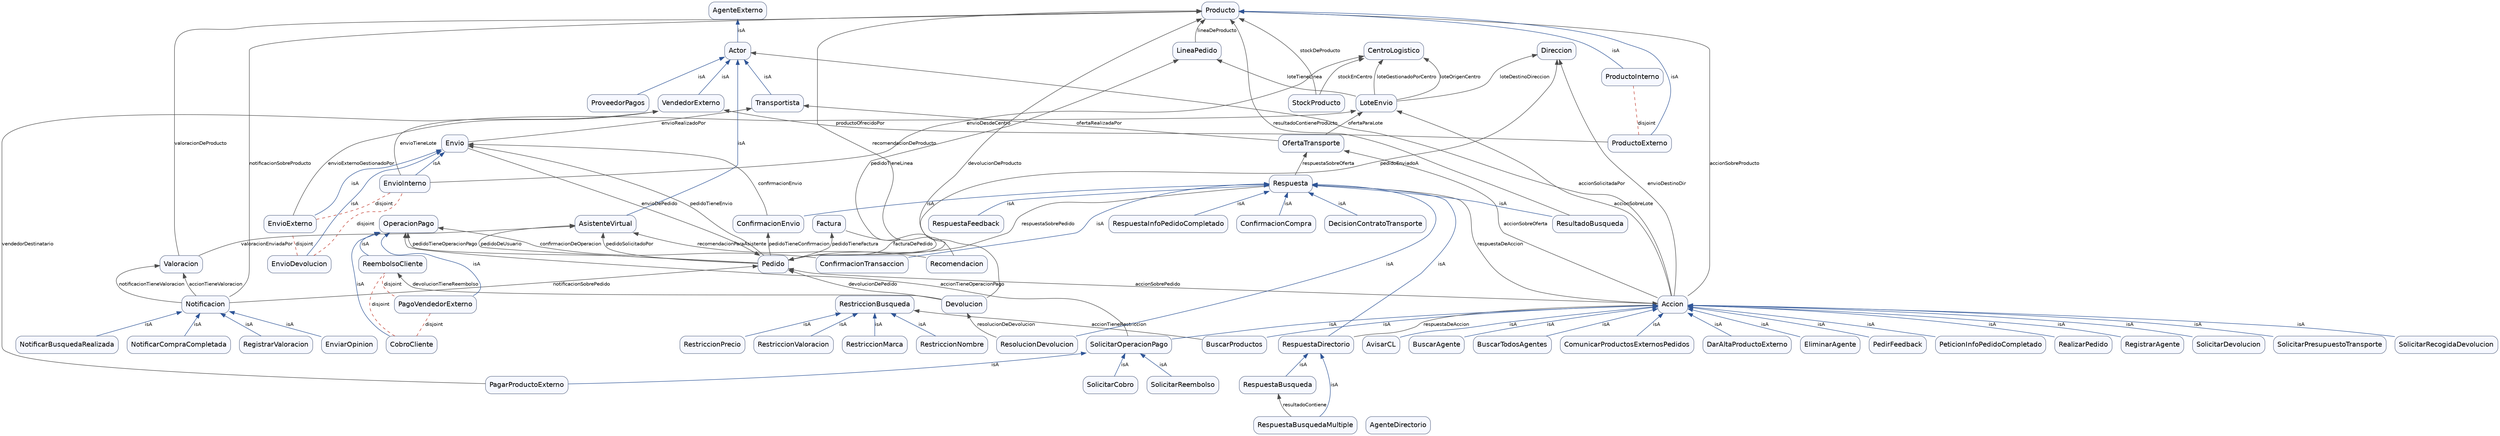
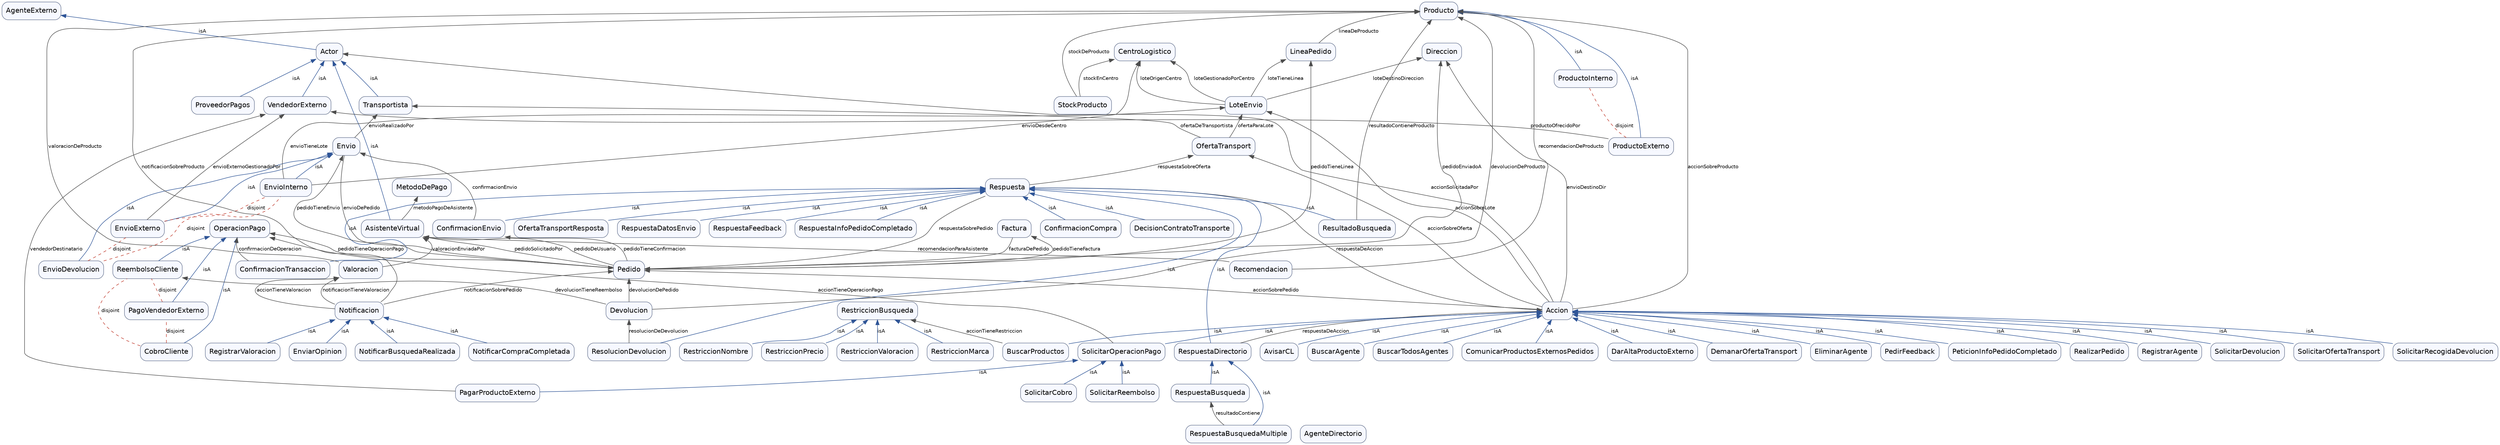
digraph ComercioElectronico {
    graph [rankdir=BT, overlap=false, splines=true];
    node [shape=box, style="rounded,filled", fillcolor="#f6f8ff", color="#6c7893", fontname="Helvetica"];
    edge [fontsize=10, fontname="Helvetica"];
    "Accion";
    "Actor";
    "AgenteDirectorio";
    "AgenteExterno";
    "AsistenteVirtual";
    "AvisarCL";
    "BuscarAgente";
    "BuscarProductos";
    "BuscarTodosAgentes";
    "CentroLogistico";
    "CobroCliente";
    "ComunicarProductosExternosPedidos";
    "ConfirmacionCompra";
    "ConfirmacionEnvio";
    "ConfirmacionTransaccion";
    "DarAltaProductoExterno";
    "DecisionContratoTransporte";
+     "DemanarOfertaTransport";
    "Devolucion";
    "Direccion";
    "EliminarAgente";
    "EnviarOpinion";
    "Envio";
    "EnvioDevolucion";
    "EnvioExterno";
    "EnvioInterno";
    "Factura";
    "LineaPedido";
    "LoteEnvio";
+     "MetodoDePago";
    "Notificacion";
    "NotificarBusquedaRealizada";
    "NotificarCompraCompletada";
-     "OfertaTransporte";
+     "OfertaTransport";
+     "OfertaTransportResposta";
    "OperacionPago";
    "PagarProductoExterno";
    "PagoVendedorExterno";
    "Pedido";
    "PedirFeedback";
    "PeticionInfoPedidoCompletado";
    "Producto";
    "ProductoExterno";
    "ProductoInterno";
    "ProveedorPagos";
    "RealizarPedido";
    "Recomendacion";
    "ReembolsoCliente";
    "RegistrarAgente";
    "RegistrarValoracion";
    "ResolucionDevolucion";
    "Respuesta";
    "RespuestaBusqueda";
    "RespuestaBusquedaMultiple";
+     "RespuestaDatosEnvio";
    "RespuestaDirectorio";
    "RespuestaFeedback";
    "RespuestaInfoPedidoCompletado";
    "RestriccionBusqueda";
    "RestriccionMarca";
    "RestriccionNombre";
    "RestriccionPrecio";
    "RestriccionValoracion";
    "ResultadoBusqueda";
    "SolicitarCobro";
    "SolicitarDevolucion";
+     "SolicitarOfertaTransport";
    "SolicitarOperacionPago";
-     "SolicitarPresupuestoTransporte";
    "SolicitarRecogidaDevolucion";
    "SolicitarReembolso";
    "StockProducto";
    "Transportista";
    "Valoracion";
    "VendedorExterno";
    "Actor" -> "AgenteExterno" [label="isA", color="#2f5597"];
    "AsistenteVirtual" -> "Actor" [label="isA", color="#2f5597"];
    "AvisarCL" -> "Accion" [label="isA", color="#2f5597"];
    "BuscarAgente" -> "Accion" [label="isA", color="#2f5597"];
    "BuscarProductos" -> "Accion" [label="isA", color="#2f5597"];
    "BuscarTodosAgentes" -> "Accion" [label="isA", color="#2f5597"];
    "CobroCliente" -> "OperacionPago" [label="isA", color="#2f5597"];
    "ComunicarProductosExternosPedidos" -> "Accion" [label="isA", color="#2f5597"];
    "ConfirmacionCompra" -> "Respuesta" [label="isA", color="#2f5597"];
    "ConfirmacionEnvio" -> "Respuesta" [label="isA", color="#2f5597"];
    "ConfirmacionTransaccion" -> "Respuesta" [label="isA", color="#2f5597"];
    "DarAltaProductoExterno" -> "Accion" [label="isA", color="#2f5597"];
    "DecisionContratoTransporte" -> "Respuesta" [label="isA", color="#2f5597"];
+     "DemanarOfertaTransport" -> "Accion" [label="isA", color="#2f5597"];
    "EliminarAgente" -> "Accion" [label="isA", color="#2f5597"];
    "EnviarOpinion" -> "Notificacion" [label="isA", color="#2f5597"];
    "EnvioDevolucion" -> "Envio" [label="isA", color="#2f5597"];
    "EnvioExterno" -> "Envio" [label="isA", color="#2f5597"];
    "EnvioInterno" -> "Envio" [label="isA", color="#2f5597"];
    "NotificarBusquedaRealizada" -> "Notificacion" [label="isA", color="#2f5597"];
    "NotificarCompraCompletada" -> "Notificacion" [label="isA", color="#2f5597"];
+     "OfertaTransportResposta" -> "Respuesta" [label="isA", color="#2f5597"];
    "PagarProductoExterno" -> "SolicitarOperacionPago" [label="isA", color="#2f5597"];
    "PagoVendedorExterno" -> "OperacionPago" [label="isA", color="#2f5597"];
    "PedirFeedback" -> "Accion" [label="isA", color="#2f5597"];
    "PeticionInfoPedidoCompletado" -> "Accion" [label="isA", color="#2f5597"];
    "ProductoExterno" -> "Producto" [label="isA", color="#2f5597"];
    "ProductoInterno" -> "Producto" [label="isA", color="#2f5597"];
    "ProveedorPagos" -> "Actor" [label="isA", color="#2f5597"];
    "RealizarPedido" -> "Accion" [label="isA", color="#2f5597"];
    "ReembolsoCliente" -> "OperacionPago" [label="isA", color="#2f5597"];
    "RegistrarAgente" -> "Accion" [label="isA", color="#2f5597"];
    "RegistrarValoracion" -> "Notificacion" [label="isA", color="#2f5597"];
    "ResolucionDevolucion" -> "Respuesta" [label="isA", color="#2f5597"];
    "RespuestaBusqueda" -> "RespuestaDirectorio" [label="isA", color="#2f5597"];
    "RespuestaBusquedaMultiple" -> "RespuestaDirectorio" [label="isA", color="#2f5597"];
+     "RespuestaDatosEnvio" -> "Respuesta" [label="isA", color="#2f5597"];
    "RespuestaDirectorio" -> "Respuesta" [label="isA", color="#2f5597"];
    "RespuestaFeedback" -> "Respuesta" [label="isA", color="#2f5597"];
    "RespuestaInfoPedidoCompletado" -> "Respuesta" [label="isA", color="#2f5597"];
    "RestriccionMarca" -> "RestriccionBusqueda" [label="isA", color="#2f5597"];
    "RestriccionNombre" -> "RestriccionBusqueda" [label="isA", color="#2f5597"];
    "RestriccionPrecio" -> "RestriccionBusqueda" [label="isA", color="#2f5597"];
    "RestriccionValoracion" -> "RestriccionBusqueda" [label="isA", color="#2f5597"];
    "ResultadoBusqueda" -> "Respuesta" [label="isA", color="#2f5597"];
    "SolicitarCobro" -> "SolicitarOperacionPago" [label="isA", color="#2f5597"];
    "SolicitarDevolucion" -> "Accion" [label="isA", color="#2f5597"];
+     "SolicitarOfertaTransport" -> "Accion" [label="isA", color="#2f5597"];
    "SolicitarOperacionPago" -> "Accion" [label="isA", color="#2f5597"];
-     "SolicitarPresupuestoTransporte" -> "Accion" [label="isA", color="#2f5597"];
    "SolicitarRecogidaDevolucion" -> "Accion" [label="isA", color="#2f5597"];
    "SolicitarReembolso" -> "SolicitarOperacionPago" [label="isA", color="#2f5597"];
    "Transportista" -> "Actor" [label="isA", color="#2f5597"];
    "VendedorExterno" -> "Actor" [label="isA", color="#2f5597"];
    "CobroCliente" -> "PagoVendedorExterno" [label="disjoint", style=dashed, color="#c0392b", arrowhead=none];
    "CobroCliente" -> "ReembolsoCliente" [label="disjoint", style=dashed, color="#c0392b", arrowhead=none];
    "EnvioDevolucion" -> "EnvioExterno" [label="disjoint", style=dashed, color="#c0392b", arrowhead=none];
    "EnvioDevolucion" -> "EnvioInterno" [label="disjoint", style=dashed, color="#c0392b", arrowhead=none];
    "EnvioExterno" -> "EnvioInterno" [label="disjoint", style=dashed, color="#c0392b", arrowhead=none];
    "PagoVendedorExterno" -> "ReembolsoCliente" [label="disjoint", style=dashed, color="#c0392b", arrowhead=none];
    "ProductoExterno" -> "ProductoInterno" [label="disjoint", style=dashed, color="#c0392b", arrowhead=none];
    "Accion" -> "Actor" [label="accionSolicitadaPor", color="#4d4d4d"];
    "Accion" -> "Direccion" [label="envioDestinoDir", color="#4d4d4d"];
    "Accion" -> "LoteEnvio" [label="accionSobreLote", color="#4d4d4d"];
-     "Accion" -> "OfertaTransporte" [label="accionSobreOferta", color="#4d4d4d"];
+     "Accion" -> "OfertaTransport" [label="accionSobreOferta", color="#4d4d4d"];
    "Accion" -> "Pedido" [label="accionSobrePedido", color="#4d4d4d"];
    "Accion" -> "Producto" [label="accionSobreProducto", color="#4d4d4d"];
+     "AsistenteVirtual" -> "MetodoDePago" [label="metodoPagoDeAsistente", color="#4d4d4d"];
    "BuscarProductos" -> "RestriccionBusqueda" [label="accionTieneRestriccion", color="#4d4d4d"];
    "ConfirmacionEnvio" -> "Envio" [label="confirmacionEnvio", color="#4d4d4d"];
    "ConfirmacionTransaccion" -> "OperacionPago" [label="confirmacionDeOperacion", color="#4d4d4d"];
    "Devolucion" -> "Pedido" [label="devolucionDePedido", color="#4d4d4d"];
    "Devolucion" -> "Producto" [label="devolucionDeProducto", color="#4d4d4d"];
    "Devolucion" -> "ReembolsoCliente" [label="devolucionTieneReembolso", color="#4d4d4d"];
    "Envio" -> "Pedido" [label="envioDePedido", color="#4d4d4d"];
    "Envio" -> "Transportista" [label="envioRealizadoPor", color="#4d4d4d"];
    "EnvioExterno" -> "VendedorExterno" [label="envioExternoGestionadoPor", color="#4d4d4d"];
    "EnvioInterno" -> "CentroLogistico" [label="envioDesdeCentro", color="#4d4d4d"];
    "EnvioInterno" -> "LoteEnvio" [label="envioTieneLote", color="#4d4d4d"];
    "Factura" -> "Pedido" [label="facturaDePedido", color="#4d4d4d"];
    "LineaPedido" -> "Producto" [label="lineaDeProducto", color="#4d4d4d"];
    "LoteEnvio" -> "CentroLogistico" [label="loteGestionadoPorCentro", color="#4d4d4d"];
    "LoteEnvio" -> "CentroLogistico" [label="loteOrigenCentro", color="#4d4d4d"];
    "LoteEnvio" -> "Direccion" [label="loteDestinoDireccion", color="#4d4d4d"];
    "LoteEnvio" -> "LineaPedido" [label="loteTieneLinea", color="#4d4d4d"];
    "Notificacion" -> "Pedido" [label="notificacionSobrePedido", color="#4d4d4d"];
    "Notificacion" -> "Producto" [label="notificacionSobreProducto", color="#4d4d4d"];
    "Notificacion" -> "Valoracion" [label="accionTieneValoracion", color="#4d4d4d"];
    "Notificacion" -> "Valoracion" [label="notificacionTieneValoracion", color="#4d4d4d"];
-     "OfertaTransporte" -> "LoteEnvio" [label="ofertaParaLote", color="#4d4d4d"];
-     "OfertaTransporte" -> "Transportista" [label="ofertaRealizadaPor", color="#4d4d4d"];
+     "OfertaTransport" -> "LoteEnvio" [label="ofertaParaLote", color="#4d4d4d"];
+     "OfertaTransport" -> "Transportista" [label="ofertaDeTransportista", color="#4d4d4d"];
    "PagarProductoExterno" -> "VendedorExterno" [label="vendedorDestinatario", color="#4d4d4d"];
    "Pedido" -> "AsistenteVirtual" [label="pedidoDeUsuario", color="#4d4d4d"];
    "Pedido" -> "AsistenteVirtual" [label="pedidoSolicitadoPor", color="#4d4d4d"];
    "Pedido" -> "ConfirmacionEnvio" [label="pedidoTieneConfirmacion", color="#4d4d4d"];
    "Pedido" -> "Direccion" [label="pedidoEnviadoA", color="#4d4d4d"];
    "Pedido" -> "Envio" [label="pedidoTieneEnvio", color="#4d4d4d"];
    "Pedido" -> "Factura" [label="pedidoTieneFactura", color="#4d4d4d"];
    "Pedido" -> "LineaPedido" [label="pedidoTieneLinea", color="#4d4d4d"];
    "Pedido" -> "OperacionPago" [label="pedidoTieneOperacionPago", color="#4d4d4d"];
    "ProductoExterno" -> "VendedorExterno" [label="productoOfrecidoPor", color="#4d4d4d"];
    "Recomendacion" -> "AsistenteVirtual" [label="recomendacionParaAsistente", color="#4d4d4d"];
    "Recomendacion" -> "Producto" [label="recomendacionDeProducto", color="#4d4d4d"];
    "ResolucionDevolucion" -> "Devolucion" [label="resolucionDeDevolucion", color="#4d4d4d"];
    "Respuesta" -> "Accion" [label="respuestaDeAccion", color="#4d4d4d"];
-     "Respuesta" -> "OfertaTransporte" [label="respuestaSobreOferta", color="#4d4d4d"];
+     "Respuesta" -> "OfertaTransport" [label="respuestaSobreOferta", color="#4d4d4d"];
    "Respuesta" -> "Pedido" [label="respuestaSobrePedido", color="#4d4d4d"];
    "RespuestaBusquedaMultiple" -> "RespuestaBusqueda" [label="resultadoContiene", color="#4d4d4d"];
    "RespuestaDirectorio" -> "Accion" [label="respuestaDeAccion", color="#4d4d4d"];
    "ResultadoBusqueda" -> "Producto" [label="resultadoContieneProducto", color="#4d4d4d"];
    "SolicitarOperacionPago" -> "OperacionPago" [label="accionTieneOperacionPago", color="#4d4d4d"];
    "StockProducto" -> "CentroLogistico" [label="stockEnCentro", color="#4d4d4d"];
    "StockProducto" -> "Producto" [label="stockDeProducto", color="#4d4d4d"];
    "Valoracion" -> "AsistenteVirtual" [label="valoracionEnviadaPor", color="#4d4d4d"];
    "Valoracion" -> "Producto" [label="valoracionDeProducto", color="#4d4d4d"];
}
